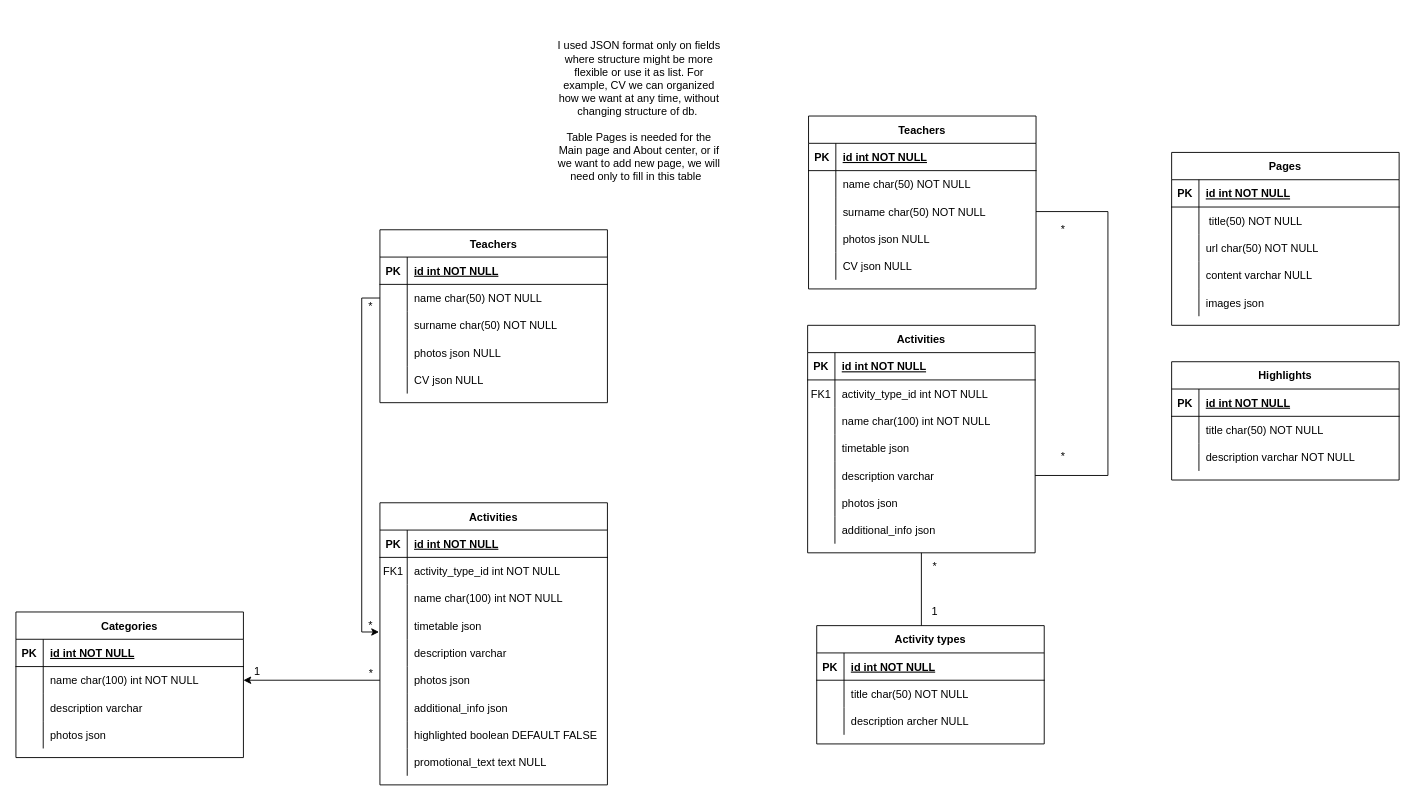
This is Updated ERD.drawio from NakatoTeshika/Hypermedia-ERD, a draw.io file, before an edit. Source tidied: cells renumbered, new cells numbered last; positions are measured from the earlier drawing's top-left corner, leaving out a move shared by most shapes. Both pictures are drawn from the tidied source at 91%, with x=0, y=0 at pixel (15, 15).
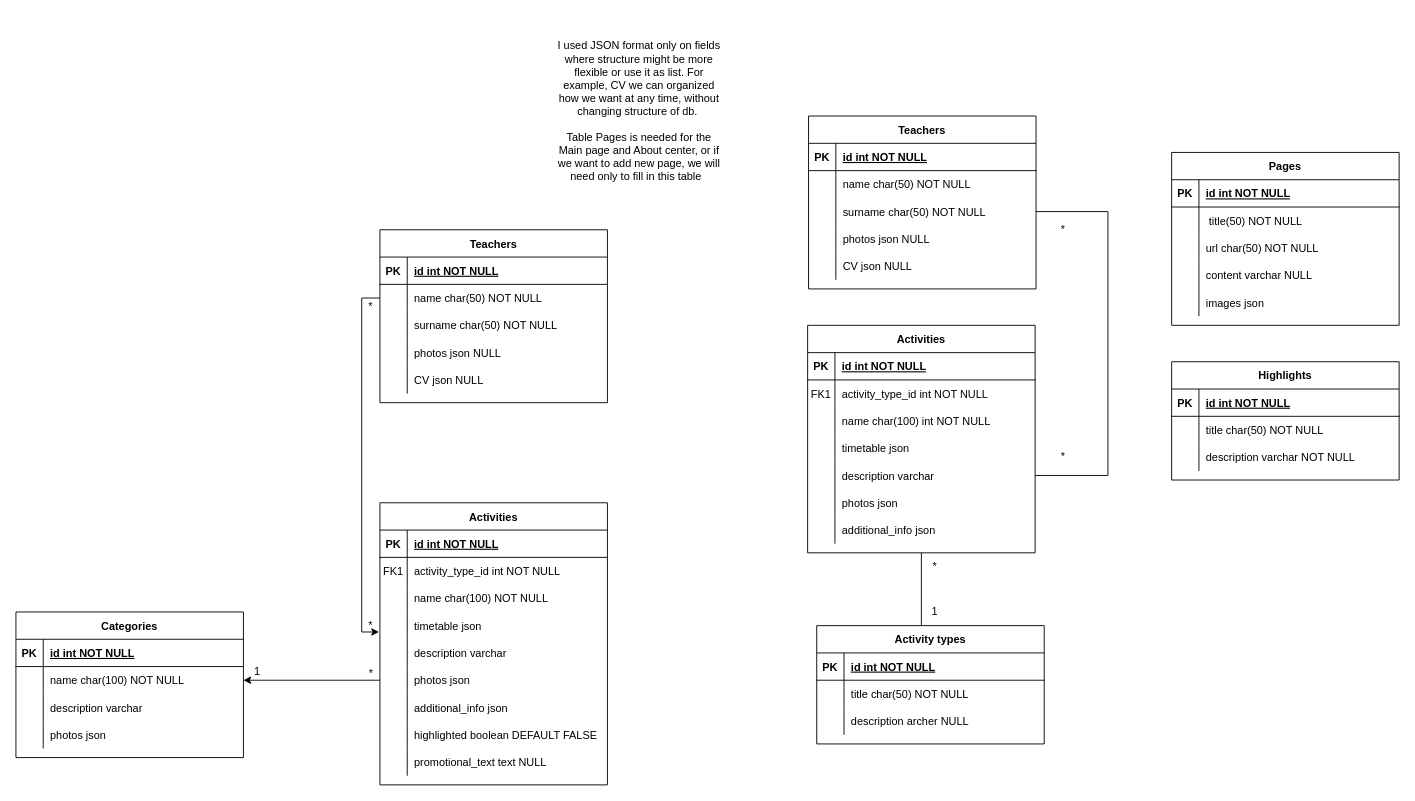
The same page after the edit.

The change refers to these unchanged cells:
```xml
<mxCell id="90" style="shape=partialRectangle;fillColor=none;top=0;left=0;right=0;bottom=0;" parent="83" vertex="1">
  <mxGeometry y="90" width="250" height="30" as="geometry" />
</mxCell>
<mxCell id="134" style="shape=partialRectangle;fillColor=none;points=[[0,0.5],[1,0.5]];portConstraint=eastwest;top=0;left=0;right=0;bottom=0;" parent="130" vertex="1">
  <mxGeometry y="60" width="250" height="30" as="geometry" />
</mxCell>
```

The edit, as a diff of the source:
```diff
@@
-    <mxCell id="92" value="name char(100) int NOT NULL" style="shape=partialRectangle;overflow=hidden;fillColor=none;top=0;left=0;bottom=0;right=0;align=left;spacingLeft=6;" parent="90" vertex="1">
+    <mxCell id="92" value="name char(100) NOT NULL" style="shape=partialRectangle;overflow=hidden;fillColor=none;top=0;left=0;bottom=0;right=0;align=left;spacingLeft=6;" parent="90" vertex="1">
       <mxGeometry x="30" width="220" height="30" as="geometry" />
     </mxCell>
@@
-    <mxCell id="136" value="name char(100) int NOT NULL" style="shape=partialRectangle;overflow=hidden;fillColor=none;top=0;left=0;bottom=0;right=0;align=left;spacingLeft=6;" parent="134" vertex="1">
+    <mxCell id="136" value="name char(100) NOT NULL" style="shape=partialRectangle;overflow=hidden;fillColor=none;top=0;left=0;bottom=0;right=0;align=left;spacingLeft=6;" parent="134" vertex="1">
       <mxGeometry x="30" width="220" height="30" as="geometry" />
     </mxCell>
```
